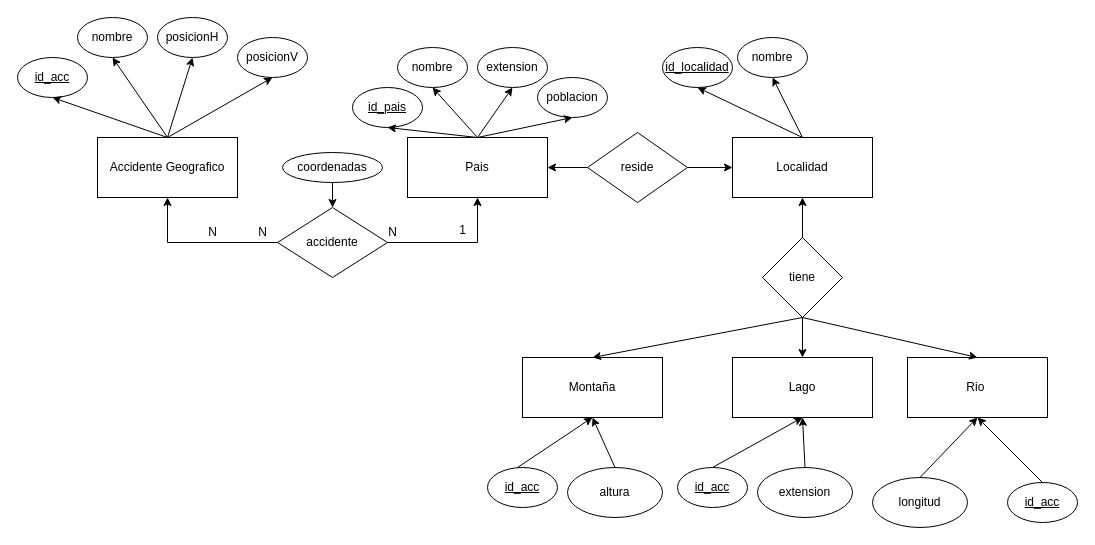
Before: ej11.drawio in adriii28/amr-tsys-C3U12-11102023, a draw.io diagram. Source tidied: cells renumbered, new cells numbered last; positions are measured from the earlier drawing's top-left corner, leaving out a move shared by most shapes. Both pictures are drawn from the tidied source at 100%, with x=0, y=0 at pixel (17, 17).
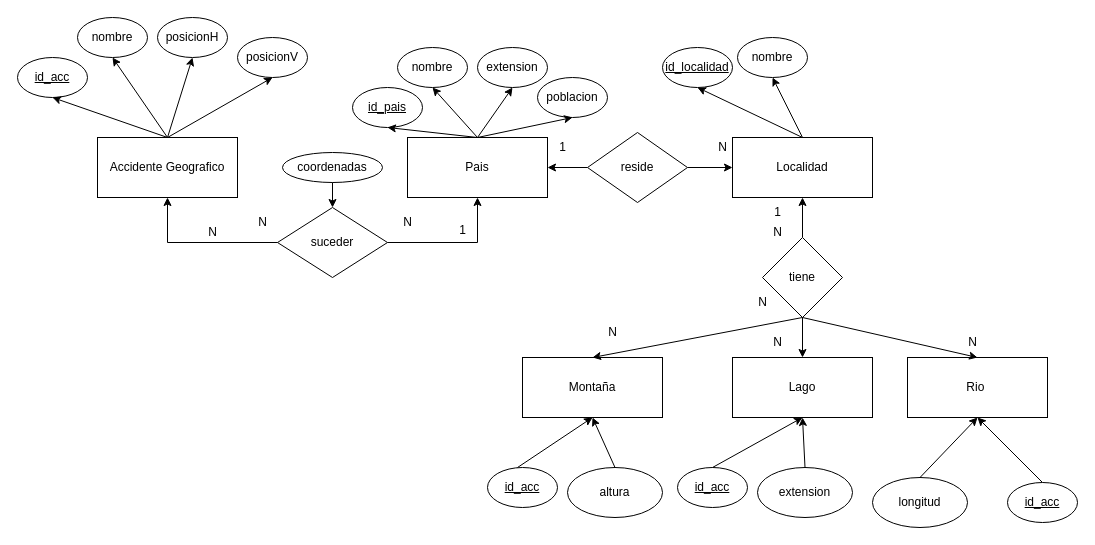
Above is the later version.

Change to the diagram source:
```diff
@@
-    <mxCell id="24" value="accidente" style="rhombus;whiteSpace=wrap;html=1;" parent="1" vertex="1">
+    <mxCell id="24" value="suceder" style="rhombus;whiteSpace=wrap;html=1;" parent="1" vertex="1">
       <mxGeometry x="260" y="190" width="110" height="70" as="geometry" />
     </mxCell>
@@
-    <mxCell id="30" value="N" style="text;html=1;align=center;verticalAlign=middle;strokeColor=none;fillColor=none;" parent="1" vertex="1">
-      <mxGeometry x="360" y="200" width="30" height="30" as="geometry" />
-    </mxCell>
@@
-    <mxCell id="34" value="N" style="text;html=1;align=center;verticalAlign=middle;strokeColor=none;fillColor=none;" parent="1" vertex="1">
-      <mxGeometry x="230" y="200" width="30" height="30" as="geometry" />
-    </mxCell>
@@
+    <mxCell id="57" value="N" style="text;html=1;align=center;verticalAlign=middle;strokeColor=none;fillColor=none;" parent="1" vertex="1">
+      <mxGeometry x="690" y="115" width="30" height="30" as="geometry" />
+    </mxCell>
+    <mxCell id="58" value="1" style="text;html=1;align=center;verticalAlign=middle;strokeColor=none;fillColor=none;" parent="1" vertex="1">
+      <mxGeometry x="530" y="115" width="30" height="30" as="geometry" />
+    </mxCell>
+    <mxCell id="59" value="1" style="text;html=1;align=center;verticalAlign=middle;strokeColor=none;fillColor=none;" parent="1" vertex="1">
+      <mxGeometry x="745" y="180" width="30" height="30" as="geometry" />
+    </mxCell>
+    <mxCell id="60" value="N" style="text;html=1;align=center;verticalAlign=middle;strokeColor=none;fillColor=none;" parent="1" vertex="1">
+      <mxGeometry x="580" y="300" width="30" height="30" as="geometry" />
+    </mxCell>
+    <mxCell id="61" value="N" style="text;html=1;align=center;verticalAlign=middle;strokeColor=none;fillColor=none;" parent="1" vertex="1">
+      <mxGeometry x="745" y="310" width="30" height="30" as="geometry" />
+    </mxCell>
+    <mxCell id="62" value="N" style="text;html=1;align=center;verticalAlign=middle;strokeColor=none;fillColor=none;" parent="1" vertex="1">
+      <mxGeometry x="940" y="310" width="30" height="30" as="geometry" />
+    </mxCell>
+    <mxCell id="63" value="N" style="text;html=1;align=center;verticalAlign=middle;strokeColor=none;fillColor=none;" parent="1" vertex="1">
+      <mxGeometry x="375" y="190" width="30" height="30" as="geometry" />
+    </mxCell>
+    <mxCell id="64" value="N" style="text;html=1;align=center;verticalAlign=middle;strokeColor=none;fillColor=none;" parent="1" vertex="1">
+      <mxGeometry x="230" y="190" width="30" height="30" as="geometry" />
+    </mxCell>
+    <mxCell id="65" value="N" style="text;html=1;align=center;verticalAlign=middle;strokeColor=none;fillColor=none;" parent="1" vertex="1">
+      <mxGeometry x="745" y="200" width="30" height="30" as="geometry" />
+    </mxCell>
+    <mxCell id="66" value="N" style="text;html=1;align=center;verticalAlign=middle;strokeColor=none;fillColor=none;" parent="1" vertex="1">
+      <mxGeometry x="730" y="270" width="30" height="30" as="geometry" />
+    </mxCell>
```
